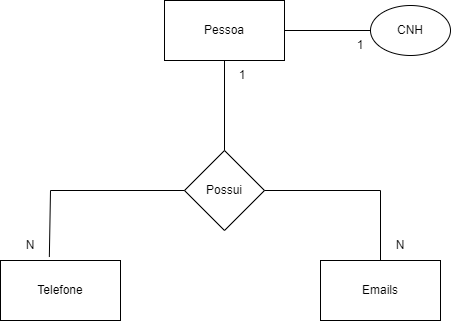
Above: exercicio_1.1/exercicio_1.1.drawio.png in ngoteus/senai_sprrint1 (draw.io), before the change. Source tidied: cells renumbered, new cells last; positions are measured from the earlier drawing's top-left corner, leaving out a move shared by most shapes. Its diagram source:
```xml
<mxGraphModel>
  <root>
    <mxCell id="0" />
    <mxCell id="1" parent="0" />
    <mxCell id="2" value="Pessoa" style="rounded=0;whiteSpace=wrap;html=1;" parent="1" vertex="1">
      <mxGeometry x="164" width="120" height="60" as="geometry" />
    </mxCell>
    <mxCell id="3" value="Possui" style="rhombus;whiteSpace=wrap;html=1;" parent="1" vertex="1">
      <mxGeometry x="184" y="150" width="80" height="80" as="geometry" />
    </mxCell>
    <mxCell id="4" style="endArrow=none;html=1;rounded=0;exitX=0.5;exitY=0;exitDx=0;exitDy=0;entryX=0.5;entryY=1;entryDx=0;entryDy=0;" parent="1" edge="1" source="3" target="2">
      <mxGeometry relative="1" as="geometry" />
    </mxCell>
    <mxCell id="5" value="1" style="text;html=1;strokeColor=none;fillColor=none;align=center;verticalAlign=middle;whiteSpace=wrap;rounded=0;" parent="1" vertex="1">
      <mxGeometry x="224" y="60" width="36" height="30" as="geometry" />
    </mxCell>
    <mxCell id="6" value="Telefone" style="rounded=0;whiteSpace=wrap;html=1;" parent="1" vertex="1">
      <mxGeometry y="260" width="120" height="60" as="geometry" />
    </mxCell>
    <mxCell id="7" value="Emails" style="rounded=0;whiteSpace=wrap;html=1;" parent="1" vertex="1">
      <mxGeometry x="320" y="260" width="120" height="60" as="geometry" />
    </mxCell>
    <mxCell id="8" style="endArrow=none;html=1;rounded=0;entryX=0;entryY=0.5;entryDx=0;entryDy=0;exitX=0.407;exitY=-0.058;exitDx=0;exitDy=0;exitPerimeter=0;" parent="1" edge="1" source="6" target="3">
      <mxGeometry relative="1" as="geometry">
        <Array as="points">
          <mxPoint x="50" y="190" />
        </Array>
      </mxGeometry>
    </mxCell>
    <mxCell id="9" style="endArrow=none;html=1;rounded=0;exitX=1;exitY=0.5;exitDx=0;exitDy=0;entryX=0.5;entryY=0;entryDx=0;entryDy=0;" parent="1" edge="1" source="3" target="7">
      <mxGeometry relative="1" as="geometry">
        <Array as="points">
          <mxPoint x="380" y="190" />
        </Array>
      </mxGeometry>
    </mxCell>
    <mxCell id="10" value="N" style="text;html=1;strokeColor=none;fillColor=none;align=center;verticalAlign=middle;whiteSpace=wrap;rounded=0;" parent="1" vertex="1">
      <mxGeometry x="370" y="230" width="60" height="30" as="geometry" />
    </mxCell>
    <mxCell id="11" value="N" style="text;html=1;strokeColor=none;fillColor=none;align=center;verticalAlign=middle;whiteSpace=wrap;rounded=0;" parent="1" vertex="1">
      <mxGeometry y="230" width="60" height="30" as="geometry" />
    </mxCell>
    <mxCell id="12" value="CNH" style="ellipse;whiteSpace=wrap;html=1;" parent="1" vertex="1">
      <mxGeometry x="370" y="5" width="80" height="50" as="geometry" />
    </mxCell>
    <mxCell id="13" style="endArrow=none;html=1;rounded=0;exitX=1;exitY=0.5;exitDx=0;exitDy=0;entryX=0;entryY=0.5;entryDx=0;entryDy=0;" parent="1" edge="1" source="2" target="12">
      <mxGeometry relative="1" as="geometry" />
    </mxCell>
    <mxCell id="14" value="1" style="text;html=1;strokeColor=none;fillColor=none;align=center;verticalAlign=middle;whiteSpace=wrap;rounded=0;" parent="1" vertex="1">
      <mxGeometry x="330" y="30" width="60" height="30" as="geometry" />
    </mxCell>
  </root>
</mxGraphModel>
```
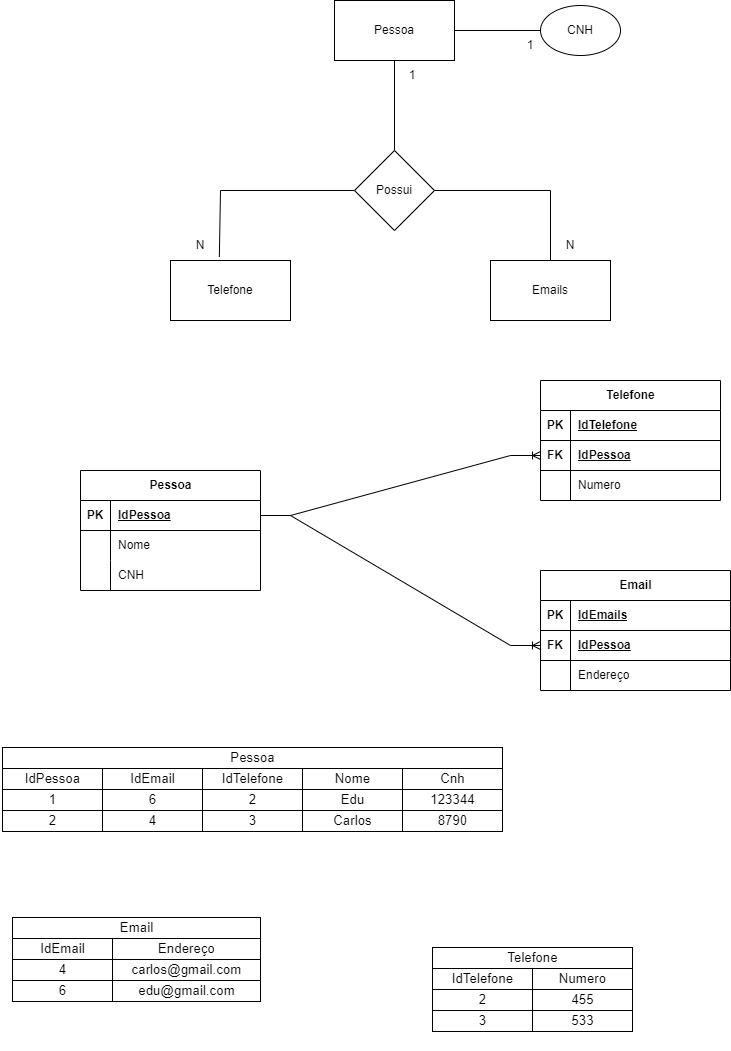
Later version of the same file.

What changed in the source:
```diff
@@ -49,5 +49,114 @@
     <mxCell id="14" value="1" style="text;html=1;strokeColor=none;fillColor=none;align=center;verticalAlign=middle;whiteSpace=wrap;rounded=0;" parent="1" vertex="1">
       <mxGeometry x="330" y="30" width="60" height="30" as="geometry" />
     </mxCell>
+    <mxCell id="15" value="Pessoa" style="shape=table;startSize=30;rowLines=0;fontStyle=1;align=center;html=1;" parent="1" vertex="1">
+      <mxGeometry x="-90" y="470" width="180" height="120" as="geometry" />
+    </mxCell>
+    <mxCell id="16" style="shape=tableRow;horizontal=0;startSize=0;swimlaneHead=0;swimlaneBody=0;fillColor=none;points=[[0,0.5],[1,0.5]];portConstraint=eastwest;top=0;left=0;right=0;bottom=1;" parent="15" vertex="1">
+      <mxGeometry y="30" width="180" height="30" as="geometry" />
+    </mxCell>
+    <mxCell id="17" value="PK" style="shape=partialRectangle;fillColor=none;top=0;left=0;bottom=0;right=0;fontStyle=1;overflow=hidden;whiteSpace=wrap;html=1;" parent="16" vertex="1">
+      <mxGeometry width="30" height="30" as="geometry" />
+    </mxCell>
+    <mxCell id="18" value="IdPessoa" style="shape=partialRectangle;fillColor=none;top=0;left=0;bottom=0;right=0;align=left;spacingLeft=6;fontStyle=5;overflow=hidden;whiteSpace=wrap;html=1;" parent="16" vertex="1">
+      <mxGeometry x="30" width="150" height="30" as="geometry" />
+    </mxCell>
+    <mxCell id="19" style="shape=tableRow;horizontal=0;startSize=0;swimlaneHead=0;swimlaneBody=0;fillColor=none;top=0;left=0;right=0;bottom=0;" parent="15" vertex="1">
+      <mxGeometry y="60" width="180" height="30" as="geometry" />
+    </mxCell>
+    <mxCell id="20" style="shape=partialRectangle;fillColor=none;top=0;left=0;bottom=0;right=0;overflow=hidden;whiteSpace=wrap;html=1;" parent="19" vertex="1">
+      <mxGeometry width="30" height="30" as="geometry" />
+    </mxCell>
+    <mxCell id="21" value="Nome" style="shape=partialRectangle;fillColor=none;top=0;left=0;bottom=0;right=0;align=left;spacingLeft=6;overflow=hidden;whiteSpace=wrap;html=1;" parent="19" vertex="1">
+      <mxGeometry x="30" width="150" height="30" as="geometry" />
+    </mxCell>
+    <mxCell id="22" style="shape=tableRow;horizontal=0;startSize=0;swimlaneHead=0;swimlaneBody=0;fillColor=none;top=0;left=0;right=0;bottom=0;" parent="15" vertex="1">
+      <mxGeometry y="90" width="180" height="30" as="geometry" />
+    </mxCell>
+    <mxCell id="23" style="shape=partialRectangle;fillColor=none;top=0;left=0;bottom=0;right=0;overflow=hidden;whiteSpace=wrap;html=1;" parent="22" vertex="1">
+      <mxGeometry width="30" height="30" as="geometry" />
+    </mxCell>
+    <mxCell id="24" value="CNH" style="shape=partialRectangle;fillColor=none;top=0;left=0;bottom=0;right=0;align=left;spacingLeft=6;overflow=hidden;whiteSpace=wrap;html=1;" parent="22" vertex="1">
+      <mxGeometry x="30" width="150" height="30" as="geometry" />
+    </mxCell>
+    <mxCell id="25" value="Telefone" style="shape=table;startSize=30;rowLines=0;fontStyle=1;align=center;html=1;" parent="1" vertex="1">
+      <mxGeometry x="370" y="380" width="180" height="120" as="geometry" />
+    </mxCell>
+    <mxCell id="26" style="shape=tableRow;horizontal=0;startSize=0;swimlaneHead=0;swimlaneBody=0;fillColor=none;top=0;left=0;right=0;bottom=1;" parent="25" vertex="1">
+      <mxGeometry y="30" width="180" height="30" as="geometry" />
+    </mxCell>
+    <mxCell id="27" value="PK" style="shape=partialRectangle;fillColor=none;top=0;left=0;bottom=0;right=0;fontStyle=1;overflow=hidden;whiteSpace=wrap;html=1;" parent="26" vertex="1">
+      <mxGeometry width="30" height="30" as="geometry" />
+    </mxCell>
+    <mxCell id="28" value="IdTelefone" style="shape=partialRectangle;fillColor=none;top=0;left=0;bottom=0;right=0;align=left;spacingLeft=6;fontStyle=5;overflow=hidden;whiteSpace=wrap;html=1;" parent="26" vertex="1">
+      <mxGeometry x="30" width="150" height="30" as="geometry" />
+    </mxCell>
+    <mxCell id="29" style="shape=tableRow;horizontal=0;startSize=0;swimlaneHead=0;swimlaneBody=0;fillColor=none;points=[[0,0.5],[1,0.5]];portConstraint=eastwest;top=0;left=0;right=0;bottom=1;" parent="25" vertex="1">
+      <mxGeometry y="60" width="180" height="30" as="geometry" />
+    </mxCell>
+    <mxCell id="30" value="FK" style="shape=partialRectangle;fillColor=none;top=0;left=0;bottom=0;right=0;fontStyle=1;overflow=hidden;whiteSpace=wrap;html=1;" parent="29" vertex="1">
+      <mxGeometry width="30" height="30" as="geometry" />
+    </mxCell>
+    <mxCell id="31" value="IdPessoa" style="shape=partialRectangle;fillColor=none;top=0;left=0;bottom=0;right=0;align=left;spacingLeft=6;fontStyle=5;overflow=hidden;whiteSpace=wrap;html=1;" parent="29" vertex="1">
+      <mxGeometry x="30" width="150" height="30" as="geometry" />
+    </mxCell>
+    <mxCell id="32" style="shape=tableRow;horizontal=0;startSize=0;swimlaneHead=0;swimlaneBody=0;fillColor=none;top=0;left=0;right=0;bottom=0;" parent="25" vertex="1">
+      <mxGeometry y="90" width="180" height="30" as="geometry" />
+    </mxCell>
+    <mxCell id="33" style="shape=partialRectangle;fillColor=none;top=0;left=0;bottom=0;right=0;overflow=hidden;whiteSpace=wrap;html=1;" parent="32" vertex="1">
+      <mxGeometry width="30" height="30" as="geometry" />
+    </mxCell>
+    <mxCell id="34" value="Numero" style="shape=partialRectangle;fillColor=none;top=0;left=0;bottom=0;right=0;align=left;spacingLeft=6;overflow=hidden;whiteSpace=wrap;html=1;" parent="32" vertex="1">
+      <mxGeometry x="30" width="150" height="30" as="geometry" />
+    </mxCell>
+    <mxCell id="35" value="Email" style="shape=table;startSize=30;rowLines=0;fontStyle=1;align=center;html=1;" parent="1" vertex="1">
+      <mxGeometry x="370" y="570" width="190" height="120" as="geometry" />
+    </mxCell>
+    <mxCell id="36" style="shape=tableRow;horizontal=0;startSize=0;swimlaneHead=0;swimlaneBody=0;fillColor=none;top=0;left=0;right=0;bottom=1;" parent="35" vertex="1">
+      <mxGeometry y="30" width="190" height="30" as="geometry" />
+    </mxCell>
+    <mxCell id="37" value="PK" style="shape=partialRectangle;fillColor=none;top=0;left=0;bottom=0;right=0;fontStyle=1;overflow=hidden;whiteSpace=wrap;html=1;" parent="36" vertex="1">
+      <mxGeometry width="30" height="30" as="geometry" />
+    </mxCell>
+    <mxCell id="38" value="IdEmails" style="shape=partialRectangle;fillColor=none;top=0;left=0;bottom=0;right=0;align=left;spacingLeft=6;fontStyle=5;overflow=hidden;whiteSpace=wrap;html=1;" parent="36" vertex="1">
+      <mxGeometry x="30" width="160" height="30" as="geometry" />
+    </mxCell>
+    <mxCell id="39" style="shape=tableRow;horizontal=0;startSize=0;swimlaneHead=0;swimlaneBody=0;fillColor=none;points=[[0,0.5],[1,0.5]];portConstraint=eastwest;top=0;left=0;right=0;bottom=1;" parent="35" vertex="1">
+      <mxGeometry y="60" width="190" height="30" as="geometry" />
+    </mxCell>
+    <mxCell id="40" value="FK" style="shape=partialRectangle;fillColor=none;top=0;left=0;bottom=0;right=0;fontStyle=1;overflow=hidden;whiteSpace=wrap;html=1;" parent="39" vertex="1">
+      <mxGeometry width="30" height="30" as="geometry" />
+    </mxCell>
+    <mxCell id="41" value="IdPessoa" style="shape=partialRectangle;fillColor=none;top=0;left=0;bottom=0;right=0;align=left;spacingLeft=6;fontStyle=5;overflow=hidden;whiteSpace=wrap;html=1;" parent="39" vertex="1">
+      <mxGeometry x="30" width="160" height="30" as="geometry" />
+    </mxCell>
+    <mxCell id="42" style="shape=tableRow;horizontal=0;startSize=0;swimlaneHead=0;swimlaneBody=0;fillColor=none;top=0;left=0;right=0;bottom=0;" parent="35" vertex="1">
+      <mxGeometry y="90" width="190" height="30" as="geometry" />
+    </mxCell>
+    <mxCell id="43" style="shape=partialRectangle;fillColor=none;top=0;left=0;bottom=0;right=0;overflow=hidden;whiteSpace=wrap;html=1;" parent="42" vertex="1">
+      <mxGeometry width="30" height="30" as="geometry" />
+    </mxCell>
+    <mxCell id="44" value="Endereço" style="shape=partialRectangle;fillColor=none;top=0;left=0;bottom=0;right=0;align=left;spacingLeft=6;overflow=hidden;whiteSpace=wrap;html=1;" parent="42" vertex="1">
+      <mxGeometry x="30" width="160" height="30" as="geometry" />
+    </mxCell>
+    <mxCell id="45" style="edgeStyle=entityRelationEdgeStyle;fontSize=12;html=1;endArrow=ERoneToMany;rounded=0;entryX=0;entryY=0.5;entryDx=0;entryDy=0;exitX=1;exitY=0.5;exitDx=0;exitDy=0;" parent="1" edge="1" source="16" target="29">
+      <mxGeometry relative="1" as="geometry">
+        <Array as="points">
+          <mxPoint x="350" y="570" />
+        </Array>
+      </mxGeometry>
+    </mxCell>
+    <mxCell id="46" style="edgeStyle=entityRelationEdgeStyle;fontSize=12;html=1;endArrow=ERoneToMany;rounded=0;entryX=0;entryY=0.5;entryDx=0;entryDy=0;exitX=1;exitY=0.5;exitDx=0;exitDy=0;" parent="1" edge="1" source="16" target="39">
+      <mxGeometry relative="1" as="geometry" />
+    </mxCell>
+    <mxCell id="47" value="&lt;table xmlns=&quot;http://www.w3.org/1999/xhtml&quot; cellspacing=&quot;0&quot; cellpadding=&quot;0&quot; dir=&quot;ltr&quot; border=&quot;1&quot; style=&quot;table-layout:fixed;font-size:10pt;font-family:Arial;width:0px;border-collapse:collapse;border:none&quot;&gt;&lt;colgroup&gt;&lt;col width=&quot;100&quot;&gt;&lt;col width=&quot;100&quot;&gt;&lt;col width=&quot;100&quot;&gt;&lt;col width=&quot;100&quot;&gt;&lt;col width=&quot;100&quot;&gt;&lt;/colgroup&gt;&lt;tbody&gt;&lt;tr style=&quot;height:21px;&quot;&gt;&lt;td style=&quot;border-top:1px solid #000000;border-right:1px solid #000000;border-bottom:1px solid #000000;border-left:1px solid #000000;overflow:hidden;padding:2px 3px 2px 3px;vertical-align:bottom;text-align:center;&quot; rowspan=&quot;1&quot; colspan=&quot;5&quot;&gt;Pessoa&lt;/td&gt;&lt;/tr&gt;&lt;tr style=&quot;height:21px;&quot;&gt;&lt;td style=&quot;border-right:1px solid #000000;border-bottom:1px solid #000000;border-left:1px solid #000000;overflow:hidden;padding:2px 3px 2px 3px;vertical-align:bottom;text-align:center;&quot;&gt;IdPessoa&lt;/td&gt;&lt;td style=&quot;border-right:1px solid #000000;border-bottom:1px solid #000000;overflow:hidden;padding:2px 3px 2px 3px;vertical-align:bottom;text-align:center;&quot;&gt;IdEmail&lt;/td&gt;&lt;td style=&quot;border-right:1px solid #000000;border-bottom:1px solid #000000;overflow:hidden;padding:2px 3px 2px 3px;vertical-align:bottom;text-align:center;&quot;&gt;IdTelefone&lt;/td&gt;&lt;td style=&quot;border-right:1px solid #000000;border-bottom:1px solid #000000;overflow:hidden;padding:2px 3px 2px 3px;vertical-align:bottom;text-align:center;&quot;&gt;Nome&lt;/td&gt;&lt;td style=&quot;border-right:1px solid #000000;border-bottom:1px solid #000000;overflow:hidden;padding:2px 3px 2px 3px;vertical-align:bottom;text-align:center;&quot;&gt;Cnh&lt;/td&gt;&lt;/tr&gt;&lt;tr style=&quot;height:21px;&quot;&gt;&lt;td style=&quot;border-right:1px solid #000000;border-bottom:1px solid #000000;border-left:1px solid #000000;overflow:hidden;padding:2px 3px 2px 3px;vertical-align:bottom;text-align:center;&quot;&gt;1&lt;/td&gt;&lt;td style=&quot;border-right:1px solid #000000;border-bottom:1px solid #000000;overflow:hidden;padding:2px 3px 2px 3px;vertical-align:bottom;text-align:center;&quot;&gt;6&lt;/td&gt;&lt;td style=&quot;border-right:1px solid #000000;border-bottom:1px solid #000000;overflow:hidden;padding:2px 3px 2px 3px;vertical-align:bottom;text-align:center;&quot;&gt;2&lt;/td&gt;&lt;td style=&quot;border-right:1px solid #000000;border-bottom:1px solid #000000;overflow:hidden;padding:2px 3px 2px 3px;vertical-align:bottom;text-align:center;&quot;&gt;Edu&lt;/td&gt;&lt;td style=&quot;border-right:1px solid #000000;border-bottom:1px solid #000000;overflow:hidden;padding:2px 3px 2px 3px;vertical-align:bottom;text-align:center;&quot;&gt;123344&lt;/td&gt;&lt;/tr&gt;&lt;tr style=&quot;height:21px;&quot;&gt;&lt;td style=&quot;border-right:1px solid #000000;border-bottom:1px solid #000000;border-left:1px solid #000000;overflow:hidden;padding:2px 3px 2px 3px;vertical-align:bottom;text-align:center;&quot;&gt;2&lt;/td&gt;&lt;td style=&quot;border-right:1px solid #000000;border-bottom:1px solid #000000;overflow:hidden;padding:2px 3px 2px 3px;vertical-align:bottom;text-align:center;&quot;&gt;4&lt;/td&gt;&lt;td style=&quot;border-right:1px solid #000000;border-bottom:1px solid #000000;overflow:hidden;padding:2px 3px 2px 3px;vertical-align:bottom;text-align:center;&quot;&gt;3&lt;/td&gt;&lt;td style=&quot;border-right:1px solid #000000;border-bottom:1px solid #000000;overflow:hidden;padding:2px 3px 2px 3px;vertical-align:bottom;text-align:center;&quot;&gt;Carlos&lt;/td&gt;&lt;td style=&quot;border-right:1px solid #000000;border-bottom:1px solid #000000;overflow:hidden;padding:2px 3px 2px 3px;vertical-align:bottom;text-align:center;&quot;&gt;8790&lt;/td&gt;&lt;/tr&gt;&lt;/tbody&gt;&lt;/table&gt;" style="text;whiteSpace=wrap;html=1;" parent="1" vertex="1">
+      <mxGeometry x="-170" y="740" width="530" height="110" as="geometry" />
+    </mxCell>
+    <mxCell id="48" value="&lt;table xmlns=&quot;http://www.w3.org/1999/xhtml&quot; cellspacing=&quot;0&quot; cellpadding=&quot;0&quot; dir=&quot;ltr&quot; border=&quot;1&quot; style=&quot;table-layout:fixed;font-size:10pt;font-family:Arial;width:0px;border-collapse:collapse;border:none&quot;&gt;&lt;colgroup&gt;&lt;col width=&quot;100&quot;&gt;&lt;col width=&quot;148&quot;&gt;&lt;/colgroup&gt;&lt;tbody&gt;&lt;tr style=&quot;height:21px;&quot;&gt;&lt;td style=&quot;border-top:1px solid #000000;border-right:1px solid #000000;border-bottom:1px solid #000000;border-left:1px solid #000000;overflow:hidden;padding:2px 3px 2px 3px;vertical-align:bottom;text-align:center;&quot; rowspan=&quot;1&quot; colspan=&quot;2&quot;&gt;Email&lt;/td&gt;&lt;/tr&gt;&lt;tr style=&quot;height:21px;&quot;&gt;&lt;td style=&quot;border-right:1px solid #000000;border-bottom:1px solid #000000;border-left:1px solid #000000;overflow:hidden;padding:2px 3px 2px 3px;vertical-align:bottom;text-align:center;&quot;&gt;IdEmail&lt;/td&gt;&lt;td style=&quot;border-right:1px solid #000000;border-bottom:1px solid #000000;overflow:hidden;padding:2px 3px 2px 3px;vertical-align:bottom;text-align:center;&quot;&gt;Endereço&lt;/td&gt;&lt;/tr&gt;&lt;tr style=&quot;height:21px;&quot;&gt;&lt;td style=&quot;border-right:1px solid #000000;border-bottom:1px solid #000000;border-left:1px solid #000000;overflow:hidden;padding:2px 3px 2px 3px;vertical-align:bottom;text-align:center;&quot;&gt;4&lt;/td&gt;&lt;td style=&quot;border-right:1px solid #000000;border-bottom:1px solid #000000;overflow:hidden;padding:2px 3px 2px 3px;vertical-align:bottom;text-align:center;&quot;&gt;carlos@gmail.com&lt;/td&gt;&lt;/tr&gt;&lt;tr style=&quot;height:21px;&quot;&gt;&lt;td style=&quot;border-right:1px solid #000000;border-bottom:1px solid #000000;border-left:1px solid #000000;overflow:hidden;padding:2px 3px 2px 3px;vertical-align:bottom;text-align:center;&quot;&gt;6&lt;/td&gt;&lt;td style=&quot;border-right:1px solid #000000;border-bottom:1px solid #000000;overflow:hidden;padding:2px 3px 2px 3px;vertical-align:bottom;text-align:center;&quot;&gt;edu@gmail.com&lt;/td&gt;&lt;/tr&gt;&lt;/tbody&gt;&lt;/table&gt;" style="text;whiteSpace=wrap;html=1;" parent="1" vertex="1">
+      <mxGeometry x="-160" y="910" width="280" height="110" as="geometry" />
+    </mxCell>
+    <mxCell id="49" value="&lt;table xmlns=&quot;http://www.w3.org/1999/xhtml&quot; cellspacing=&quot;0&quot; cellpadding=&quot;0&quot; dir=&quot;ltr&quot; border=&quot;1&quot; style=&quot;table-layout:fixed;font-size:10pt;font-family:Arial;width:0px;border-collapse:collapse;border:none&quot;&gt;&lt;colgroup&gt;&lt;col width=&quot;100&quot;&gt;&lt;col width=&quot;100&quot;&gt;&lt;/colgroup&gt;&lt;tbody&gt;&lt;tr style=&quot;height:21px;&quot;&gt;&lt;td style=&quot;border-top:1px solid #000000;border-right:1px solid #000000;border-bottom:1px solid #000000;border-left:1px solid #000000;overflow:hidden;padding:2px 3px 2px 3px;vertical-align:bottom;text-align:center;&quot; rowspan=&quot;1&quot; colspan=&quot;2&quot;&gt;Telefone&lt;/td&gt;&lt;/tr&gt;&lt;tr style=&quot;height:21px;&quot;&gt;&lt;td style=&quot;border-right:1px solid #000000;border-bottom:1px solid #000000;border-left:1px solid #000000;overflow:hidden;padding:2px 3px 2px 3px;vertical-align:bottom;text-align:center;&quot;&gt;IdTelefone&lt;/td&gt;&lt;td style=&quot;border-right:1px solid #000000;border-bottom:1px solid #000000;overflow:hidden;padding:2px 3px 2px 3px;vertical-align:bottom;text-align:center;&quot;&gt;Numero&lt;/td&gt;&lt;/tr&gt;&lt;tr style=&quot;height:21px;&quot;&gt;&lt;td style=&quot;border-right:1px solid #000000;border-bottom:1px solid #000000;border-left:1px solid #000000;overflow:hidden;padding:2px 3px 2px 3px;vertical-align:bottom;text-align:center;&quot;&gt;2&lt;/td&gt;&lt;td style=&quot;border-right:1px solid #000000;border-bottom:1px solid #000000;overflow:hidden;padding:2px 3px 2px 3px;vertical-align:bottom;text-align:center;&quot;&gt;455&lt;/td&gt;&lt;/tr&gt;&lt;tr style=&quot;height:21px;&quot;&gt;&lt;td style=&quot;border-right:1px solid #000000;border-bottom:1px solid #000000;border-left:1px solid #000000;overflow:hidden;padding:2px 3px 2px 3px;vertical-align:bottom;text-align:center;&quot;&gt;3&lt;/td&gt;&lt;td style=&quot;border-right:1px solid #000000;border-bottom:1px solid #000000;overflow:hidden;padding:2px 3px 2px 3px;vertical-align:bottom;text-align:center;&quot;&gt;533&lt;/td&gt;&lt;/tr&gt;&lt;/tbody&gt;&lt;/table&gt;" style="text;whiteSpace=wrap;html=1;" parent="1" vertex="1">
+      <mxGeometry x="260" y="940" width="230" height="110" as="geometry" />
+    </mxCell>
   </root>
 </mxGraphModel>
```
